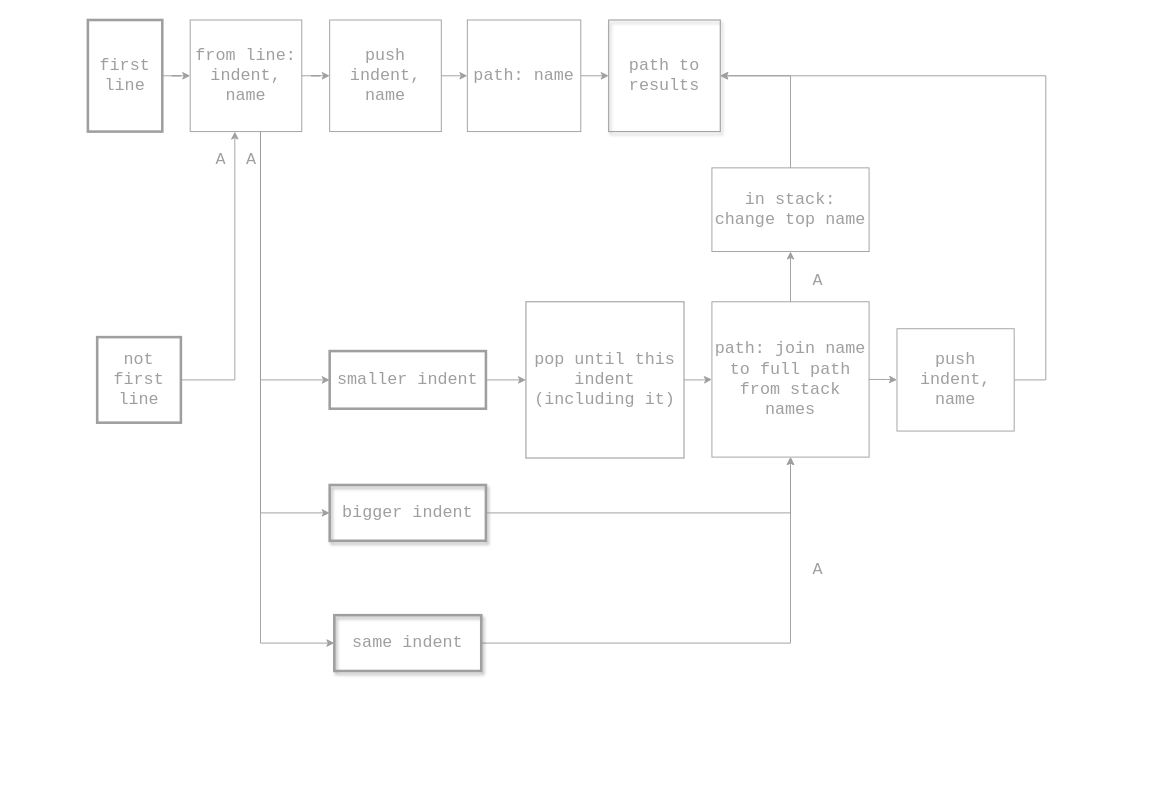
Before: page "On lines" (1 of 2) of _SRC/assets/drawio/Algo1.drawio in disco85/myblog, a draw.io diagram. Source tidied: cells renumbered, new cells numbered last; positions are measured from the earlier drawing's top-left corner, leaving out a move shared by most shapes. Both pictures are drawn from the tidied source at 93%, with x=0, y=0 at pixel (87, 20).
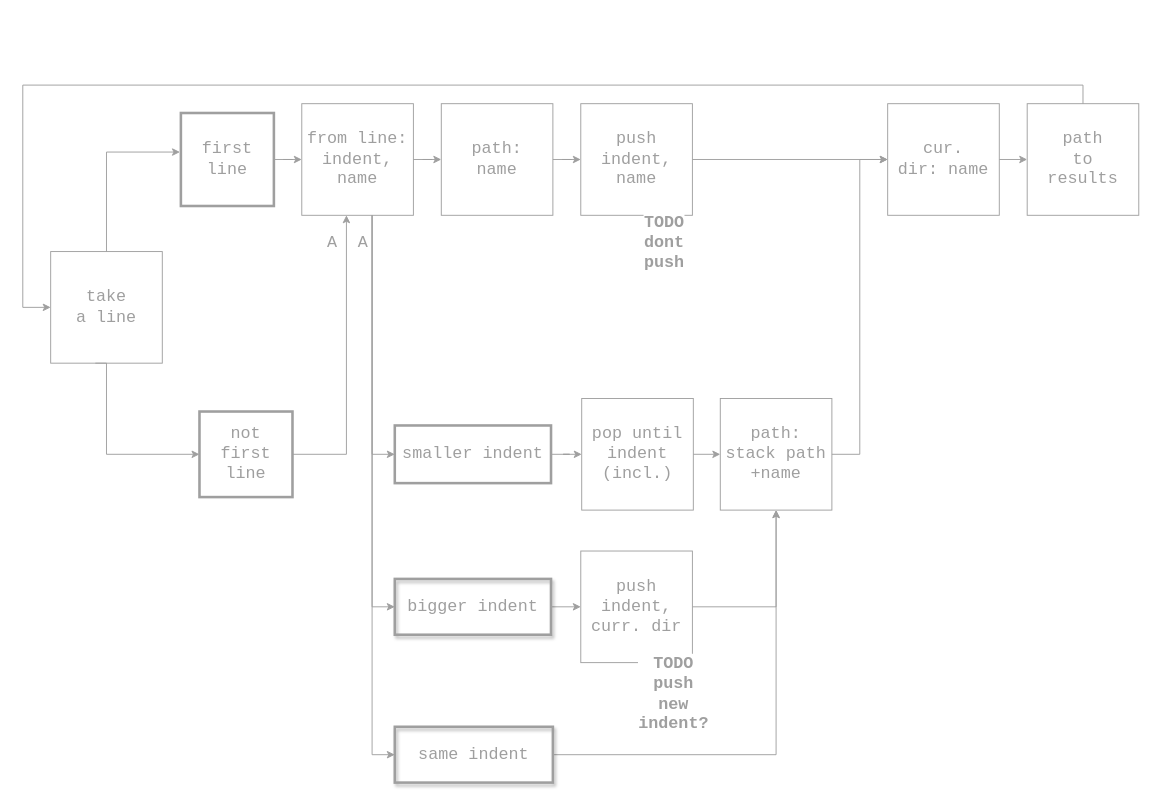
Above is the later version.

Diff of the diagram source:
```diff
@@
-    <mxCell id="3" value="first line" style="text;html=1;whiteSpace=wrap;strokeColor=#9F9F9F;fillColor=none;align=center;verticalAlign=middle;rounded=0;fontSize=18;fontColor=#9F9F9F;fontFamily=Monospace;strokeWidth=2.7558999999999996;" parent="1" vertex="1">
-      <mxGeometry width="80" height="120" as="geometry" />
+    <mxCell id="3" value="first&lt;div&gt;line&lt;/div&gt;" style="text;html=1;whiteSpace=wrap;strokeColor=#9F9F9F;fillColor=none;align=center;verticalAlign=middle;rounded=0;fontSize=18;fontColor=#9F9F9F;fontFamily=Monospace;strokeWidth=2.7558999999999996;" parent="1" vertex="1">
+      <mxGeometry x="100" y="100" width="100" height="100" as="geometry" />
     </mxCell>
-    <mxCell id="4" style="edgeStyle=orthogonalEdgeStyle;rounded=0;jettySize=auto;html=1;exitX=1;exitY=0.5;exitDx=0;exitDy=0;strokeColor=#9F9F9F;fontColor=#9F9F9F;fontFamily=Monospace;fontSize=18;" parent="1" edge="1" source="8" target="11">
+    <mxCell id="4" style="edgeStyle=orthogonalEdgeStyle;rounded=0;jettySize=auto;html=1;exitX=1;exitY=0.5;exitDx=0;exitDy=0;strokeColor=#9F9F9F;fontColor=#9F9F9F;fontFamily=Monospace;fontSize=18;" parent="1" edge="1" source="33" target="11">
       <mxGeometry relative="1" as="geometry" />
     </mxCell>
@@
-    <mxCell id="8" value="from line: indent, name" style="text;html=1;whiteSpace=wrap;strokeColor=#9F9F9F;fillColor=none;align=center;verticalAlign=middle;rounded=0;fontSize=18;points=[[0,0,0,0,0],[0,0.25,0,0,0],[0,0.5,0,0,0],[0,0.75,0,0,0],[0,1,0,0,0],[0.25,0,0,0,0],[0.25,1,0,0,0],[0.4,1,0,0,0],[0.5,0,0,0,0],[0.5,1,0,0,0],[0.63,1,0,0,0],[0.75,0,0,0,0],[0.75,1,0,0,0],[1,0,0,0,0],[1,0.25,0,0,0],[1,0.5,0,0,0],[1,0.75,0,0,0],[1,1,0,0,0]];fontColor=#9F9F9F;fontFamily=Monospace;" parent="1" vertex="1">
-      <mxGeometry x="110" width="120" height="120" as="geometry" />
+    <mxCell id="8" value="from line:&lt;div&gt;indent,&lt;/div&gt;&lt;div&gt;name&lt;/div&gt;" style="text;html=1;whiteSpace=wrap;strokeColor=#9F9F9F;fillColor=none;align=center;verticalAlign=middle;rounded=0;fontSize=18;points=[[0,0,0,0,0],[0,0.25,0,0,0],[0,0.5,0,0,0],[0,0.75,0,0,0],[0,1,0,0,0],[0.25,0,0,0,0],[0.25,1,0,0,0],[0.4,1,0,0,0],[0.5,0,0,0,0],[0.5,1,0,0,0],[0.63,1,0,0,0],[0.75,0,0,0,0],[0.75,1,0,0,0],[1,0,0,0,0],[1,0.25,0,0,0],[1,0.5,0,0,0],[1,0.75,0,0,0],[1,1,0,0,0]];fontColor=#9F9F9F;fontFamily=Monospace;" parent="1" vertex="1">
+      <mxGeometry x="230" y="90" width="120" height="120" as="geometry" />
     </mxCell>
-    <mxCell id="9" value="not first line" style="text;html=1;whiteSpace=wrap;strokeColor=#9F9F9F;fillColor=none;align=center;verticalAlign=middle;rounded=0;fontSize=18;fontColor=#9F9F9F;fontFamily=Monospace;strokeWidth=2.7558999999999996;" parent="1" vertex="1">
-      <mxGeometry x="10" y="341" width="90" height="92" as="geometry" />
+    <mxCell id="9" value="not&lt;div&gt;first&lt;/div&gt;&lt;div&gt;line&lt;/div&gt;" style="text;html=1;whiteSpace=wrap;strokeColor=#9F9F9F;fillColor=none;align=center;verticalAlign=middle;rounded=0;fontSize=18;fontColor=#9F9F9F;fontFamily=Monospace;strokeWidth=2.7558999999999996;" parent="1" vertex="1">
+      <mxGeometry x="120" y="421" width="100" height="92" as="geometry" />
     </mxCell>
-    <mxCell id="10" style="edgeStyle=orthogonalEdgeStyle;rounded=0;jettySize=auto;html=1;exitX=1;exitY=0.5;exitDx=0;exitDy=0;entryX=0;entryY=0.5;entryDx=0;entryDy=0;strokeColor=#9F9F9F;fontColor=#9F9F9F;fontFamily=Monospace;fontSize=18;" parent="1" edge="1" source="11" target="33">
+    <mxCell id="10" style="edgeStyle=orthogonalEdgeStyle;rounded=0;jettySize=auto;html=1;exitX=1;exitY=0.5;exitDx=0;exitDy=0;entryX=0;entryY=0.5;entryDx=0;entryDy=0;strokeColor=#9F9F9F;fontColor=#9F9F9F;fontFamily=Monospace;fontSize=18;" parent="1" edge="1" source="11" target="39">
       <mxGeometry relative="1" as="geometry" />
     </mxCell>
-    <mxCell id="11" value="push indent, name" style="text;html=1;whiteSpace=wrap;strokeColor=#9F9F9F;fillColor=none;align=center;verticalAlign=middle;rounded=0;fontSize=18;fontColor=#9F9F9F;fontFamily=Monospace;" parent="1" vertex="1">
-      <mxGeometry x="260" width="120" height="120" as="geometry" />
+    <mxCell id="11" value="push indent,&lt;div&gt;name&lt;/div&gt;" style="text;html=1;whiteSpace=wrap;strokeColor=#9F9F9F;fillColor=none;align=center;verticalAlign=middle;rounded=0;fontSize=18;fontColor=#9F9F9F;fontFamily=Monospace;" parent="1" vertex="1">
+      <mxGeometry x="530" y="90" width="120" height="120" as="geometry" />
     </mxCell>
-    <mxCell id="12" style="edgeStyle=orthogonalEdgeStyle;rounded=0;jettySize=auto;html=1;exitX=1;exitY=0.5;exitDx=0;exitDy=0;entryX=0;entryY=0.5;entryDx=0;entryDy=0;strokeColor=#9F9F9F;fontColor=#9F9F9F;fontFamily=Monospace;fontSize=18;" parent="1" edge="1" source="13" target="18">
-      <mxGeometry relative="1" as="geometry" />
-    </mxCell>
+    <mxCell id="35" style="edgeStyle=orthogonalEdgeStyle;shape=connector;rounded=0;jettySize=auto;html=1;exitX=1;exitY=0.5;exitDx=0;exitDy=0;strokeColor=#9F9F9F;align=center;verticalAlign=middle;fontFamily=Monospace;fontSize=18;fontColor=#9F9F9F;labelBackgroundColor=default;endArrow=classic;" parent="1" edge="1" source="13" target="50">
+      <mxGeometry relative="1" as="geometry" />
+    </mxCell>
     <mxCell id="13" value="smaller indent" style="text;html=1;whiteSpace=wrap;strokeColor=#9F9F9F;fillColor=none;align=center;verticalAlign=middle;rounded=0;fontSize=18;arcSize=30;shadow=0;fontColor=#9F9F9F;fontFamily=Monospace;strokeWidth=2.7558999999999996;" parent="1" vertex="1">
-      <mxGeometry x="260" y="356" width="168" height="62" as="geometry" />
+      <mxGeometry x="330" y="436" width="168" height="62" as="geometry" />
     </mxCell>
+    <mxCell id="36" style="edgeStyle=orthogonalEdgeStyle;shape=connector;rounded=0;jettySize=auto;html=1;exitX=1;exitY=0.5;exitDx=0;exitDy=0;entryX=0;entryY=0.5;entryDx=0;entryDy=0;strokeColor=#9F9F9F;align=center;verticalAlign=middle;fontFamily=Monospace;fontSize=18;fontColor=#9F9F9F;labelBackgroundColor=default;endArrow=classic;" parent="1" edge="1" source="14" target="48">
+      <mxGeometry relative="1" as="geometry" />
+    </mxCell>
     <mxCell id="14" value="bigger indent" style="text;html=1;whiteSpace=wrap;strokeColor=#9F9F9F;fillColor=none;align=center;verticalAlign=middle;rounded=0;fontSize=18;glass=0;shadow=1;arcSize=27;fontColor=#9F9F9F;fontFamily=Monospace;strokeWidth=2.7558999999999996;" parent="1" vertex="1">
-      <mxGeometry x="260" y="500" width="168" height="60" as="geometry" />
+      <mxGeometry x="330" y="601" width="168" height="60" as="geometry" />
     </mxCell>
-    <mxCell id="15" style="edgeStyle=orthogonalEdgeStyle;rounded=0;jettySize=auto;html=1;exitX=1;exitY=0.5;exitDx=0;exitDy=0;entryX=0.5;entryY=1;entryDx=0;entryDy=0;strokeColor=#9F9F9F;fontColor=#9F9F9F;fontFamily=Monospace;fontSize=18;" parent="1" edge="1" source="16" target="20">
-      <mxGeometry relative="1" as="geometry" />
-    </mxCell>
+    <mxCell id="37" style="edgeStyle=orthogonalEdgeStyle;shape=connector;rounded=0;jettySize=auto;html=1;exitX=1;exitY=0.5;exitDx=0;exitDy=0;entryX=0.5;entryY=1;entryDx=0;entryDy=0;strokeColor=#9F9F9F;align=center;verticalAlign=middle;fontFamily=Monospace;fontSize=18;fontColor=#9F9F9F;labelBackgroundColor=default;endArrow=classic;" parent="1" edge="1" source="16" target="46">
+      <mxGeometry relative="1" as="geometry" />
+    </mxCell>
     <mxCell id="16" value="same indent" style="text;html=1;whiteSpace=wrap;strokeColor=#9F9F9F;fillColor=none;align=center;verticalAlign=middle;rounded=0;fontSize=18;shadow=1;arcSize=40;fontColor=#9F9F9F;fontFamily=Monospace;strokeWidth=2.7558999999999996;" parent="1" vertex="1">
-      <mxGeometry x="265" y="640" width="158" height="60" as="geometry" />
+      <mxGeometry x="330" y="760" width="170" height="60" as="geometry" />
     </mxCell>
-    <mxCell id="17" style="edgeStyle=orthogonalEdgeStyle;rounded=0;jettySize=auto;html=1;exitX=1;exitY=0.5;exitDx=0;exitDy=0;strokeColor=#9F9F9F;fontColor=#9F9F9F;fontFamily=Monospace;fontSize=18;" parent="1" edge="1" source="18" target="20">
-      <mxGeometry relative="1" as="geometry" />
-    </mxCell>
-    <mxCell id="18" value="pop until this indent (including it)" style="text;html=1;whiteSpace=wrap;strokeColor=#9F9F9F;fillColor=none;align=center;verticalAlign=middle;rounded=0;fontSize=18;strokeWidth=1.1810999999999998;fontColor=#9F9F9F;fontFamily=Monospace;" parent="1" vertex="1">
-      <mxGeometry x="471" y="303" width="170" height="168" as="geometry" />
-    </mxCell>
-    <mxCell id="19" style="edgeStyle=orthogonalEdgeStyle;rounded=0;jettySize=auto;html=1;exitX=0.5;exitY=0;exitDx=0;exitDy=0;entryX=0.5;entryY=1;entryDx=0;entryDy=0;strokeColor=#9F9F9F;align=center;verticalAlign=middle;fontFamily=Monospace;fontSize=18;fontColor=#9F9F9F;labelBackgroundColor=default;endArrow=classic;" parent="1" edge="1" source="20" target="31">
-      <mxGeometry relative="1" as="geometry" />
-    </mxCell>
-    <mxCell id="20" value="path: join name to full path from stack names" style="text;html=1;whiteSpace=wrap;strokeColor=#9F9F9F;fillColor=none;align=center;verticalAlign=middle;rounded=0;fontSize=18;fontColor=#9F9F9F;fontFamily=Monospace;" parent="1" vertex="1">
-      <mxGeometry x="671" y="303" width="169" height="167" as="geometry" />
-    </mxCell>
-    <mxCell id="21" style="edgeStyle=orthogonalEdgeStyle;rounded=0;jettySize=auto;html=1;exitX=1;exitY=0.5;exitDx=0;exitDy=0;entryX=1;entryY=0.5;entryDx=0;entryDy=0;strokeColor=#9F9F9F;fontColor=#9F9F9F;fontFamily=Monospace;fontSize=18;" parent="1" edge="1" source="22" target="24">
-      <mxGeometry relative="1" as="geometry">
-        <Array as="points">
-          <mxPoint x="1030" y="387" />
-          <mxPoint x="1030" y="60" />
-        </Array>
-      </mxGeometry>
-    </mxCell>
-    <mxCell id="22" value="push indent, name" style="text;html=1;whiteSpace=wrap;strokeColor=#9F9F9F;fillColor=none;align=center;verticalAlign=middle;rounded=0;fontSize=18;fontColor=#9F9F9F;fontFamily=Monospace;" parent="1" vertex="1">
-      <mxGeometry x="870" y="332" width="126" height="110" as="geometry" />
-    </mxCell>
-    <mxCell id="23" style="edgeStyle=orthogonalEdgeStyle;rounded=0;jettySize=auto;html=1;exitX=1;exitY=0.5;exitDx=0;exitDy=0;strokeColor=#9F9F9F;fontColor=#9F9F9F;fontFamily=Monospace;fontSize=18;" parent="1" edge="1" source="20" target="22">
-      <mxGeometry relative="1" as="geometry" />
-    </mxCell>
-    <mxCell id="24" value="path to results" style="text;html=1;whiteSpace=wrap;strokeColor=#9F9F9F;fillColor=none;align=center;verticalAlign=middle;rounded=0;fontSize=18;strokeWidth=1.1810999999999998;shadow=1;fontColor=#9F9F9F;fontFamily=Monospace;" parent="1" vertex="1">
-      <mxGeometry x="560" width="120" height="120" as="geometry" />
-    </mxCell>
-    <mxCell id="25" style="edgeStyle=orthogonalEdgeStyle;rounded=0;jettySize=auto;html=1;exitX=1;exitY=0.5;exitDx=0;exitDy=0;entryX=0.5;entryY=1;entryDx=0;entryDy=0;strokeColor=#9F9F9F;fontColor=#9F9F9F;fontFamily=Monospace;fontSize=18;" parent="1" edge="1" source="14" target="20">
-      <mxGeometry relative="1" as="geometry" />
-    </mxCell>
     <mxCell id="26" value="А" style="text;html=1;whiteSpace=wrap;strokeColor=none;fillColor=none;align=center;verticalAlign=middle;rounded=0;fontSize=18;fontColor=#9F9F9F;fontFamily=Monospace;" parent="1" vertex="1">
-      <mxGeometry x="128" y="140" width="30" height="19" as="geometry" />
+      <mxGeometry x="248" y="230" width="30" height="19" as="geometry" />
     </mxCell>
     <mxCell id="27" value="А" style="text;html=1;whiteSpace=wrap;strokeColor=none;fillColor=none;align=center;verticalAlign=middle;rounded=0;fontSize=18;fontColor=#9F9F9F;fontFamily=Monospace;" parent="1" vertex="1">
-      <mxGeometry x="161" y="140" width="30" height="19" as="geometry" />
+      <mxGeometry x="281" y="230" width="30" height="19" as="geometry" />
     </mxCell>
-    <mxCell id="28" value="А" style="text;html=1;whiteSpace=wrap;strokeColor=none;fillColor=none;align=center;verticalAlign=middle;rounded=0;fontSize=18;fontColor=#9F9F9F;fontFamily=Monospace;" parent="1" vertex="1">
-      <mxGeometry x="770" y="581" width="30" height="19" as="geometry" />
-    </mxCell>
-    <mxCell id="29" value="А" style="text;html=1;whiteSpace=wrap;strokeColor=none;fillColor=none;align=center;verticalAlign=middle;rounded=0;fontSize=18;fontColor=#9F9F9F;fontFamily=Monospace;" parent="1" vertex="1">
-      <mxGeometry x="770" y="270" width="30" height="19" as="geometry" />
-    </mxCell>
-    <mxCell id="30" style="edgeStyle=orthogonalEdgeStyle;rounded=0;jettySize=auto;html=1;exitX=0.5;exitY=0;exitDx=0;exitDy=0;entryX=1;entryY=0.5;entryDx=0;entryDy=0;strokeColor=#9F9F9F;fontColor=#9F9F9F;fontFamily=Monospace;fontSize=18;" parent="1" edge="1" source="31" target="24">
-      <mxGeometry relative="1" as="geometry" />
-    </mxCell>
-    <mxCell id="31" value="in stack: change top name" style="text;html=1;whiteSpace=wrap;strokeColor=#9F9F9F;fillColor=none;align=center;verticalAlign=middle;rounded=0;fontSize=18;fontColor=#9F9F9F;fontFamily=Monospace;" parent="1" vertex="1">
-      <mxGeometry x="671" y="159" width="169" height="90" as="geometry" />
-    </mxCell>
-    <mxCell id="32" style="edgeStyle=orthogonalEdgeStyle;rounded=0;jettySize=auto;html=1;exitX=1;exitY=0.5;exitDx=0;exitDy=0;entryX=0;entryY=0.5;entryDx=0;entryDy=0;strokeColor=#9F9F9F;fontColor=#9F9F9F;fontFamily=Monospace;fontSize=18;" parent="1" edge="1" source="33" target="24">
-      <mxGeometry relative="1" as="geometry" />
-    </mxCell>
+    <mxCell id="34" style="edgeStyle=orthogonalEdgeStyle;rounded=0;jettySize=auto;html=1;exitX=1;exitY=0.5;exitDx=0;exitDy=0;entryX=0.4;entryY=1;entryDx=0;entryDy=0;entryPerimeter=0;strokeColor=#9F9F9F;fontColor=#9F9F9F;fontFamily=Monospace;fontSize=18;" parent="1" edge="1" source="9" target="8">
+      <mxGeometry relative="1" as="geometry" />
+    </mxCell>
+    <mxCell id="38" style="edgeStyle=orthogonalEdgeStyle;shape=connector;rounded=0;jettySize=auto;html=1;exitX=1;exitY=0.5;exitDx=0;exitDy=0;entryX=0;entryY=0.5;entryDx=0;entryDy=0;strokeColor=#9F9F9F;align=center;verticalAlign=middle;fontFamily=Monospace;fontSize=18;fontColor=#9F9F9F;labelBackgroundColor=default;endArrow=classic;" parent="1" edge="1" source="39" target="24">
+      <mxGeometry relative="1" as="geometry" />
+    </mxCell>
+    <mxCell id="39" value="cur.&lt;div&gt;dir: name&lt;/div&gt;" style="text;html=1;whiteSpace=wrap;strokeColor=#9F9F9F;fillColor=none;align=center;verticalAlign=middle;rounded=0;fontSize=18;fontColor=#9F9F9F;fontFamily=Monospace;" parent="1" vertex="1">
+      <mxGeometry x="860" y="90" width="120" height="120" as="geometry" />
+    </mxCell>
+    <mxCell id="24" value="path&lt;div&gt;to&lt;/div&gt;&lt;div&gt;results&lt;/div&gt;" style="text;html=1;whiteSpace=wrap;strokeColor=#9F9F9F;fillColor=none;align=center;verticalAlign=middle;rounded=0;fontSize=18;fontColor=#9F9F9F;fontFamily=Monospace;" parent="1" vertex="1">
+      <mxGeometry x="1010" y="90" width="120" height="120" as="geometry" />
+    </mxCell>
+    <mxCell id="40" style="edgeStyle=orthogonalEdgeStyle;shape=connector;rounded=0;jettySize=auto;html=1;exitX=0.4;exitY=1;exitDx=0;exitDy=0;exitPerimeter=0;entryX=0;entryY=0.5;entryDx=0;entryDy=0;strokeColor=#9F9F9F;align=center;verticalAlign=middle;fontFamily=Monospace;fontSize=18;fontColor=#9F9F9F;labelBackgroundColor=default;endArrow=classic;" parent="1" edge="1" source="41" target="9">
+      <mxGeometry relative="1" as="geometry">
+        <Array as="points">
+          <mxPoint x="20" y="369" />
+          <mxPoint x="20" y="467" />
+        </Array>
+      </mxGeometry>
+    </mxCell>
+    <mxCell id="41" value="take&lt;div&gt;a line&lt;/div&gt;" style="text;html=1;whiteSpace=wrap;strokeColor=#9F9F9F;fillColor=none;align=center;verticalAlign=middle;rounded=0;fontSize=18;points=[[0,0,0,0,0],[0,0.25,0,0,0],[0,0.5,0,0,0],[0,0.75,0,0,0],[0,1,0,0,0],[0.25,0,0,0,0],[0.25,1,0,0,0],[0.4,1,0,0,0],[0.5,0,0,0,0],[0.5,1,0,0,0],[0.63,1,0,0,0],[0.75,0,0,0,0],[0.75,1,0,0,0],[1,0,0,0,0],[1,0.25,0,0,0],[1,0.5,0,0,0],[1,0.75,0,0,0],[1,1,0,0,0]];fontColor=#9F9F9F;fontFamily=Monospace;" parent="1" vertex="1">
+      <mxGeometry x="-40" y="249" width="120" height="120" as="geometry" />
+    </mxCell>
+    <mxCell id="42" style="edgeStyle=orthogonalEdgeStyle;shape=connector;rounded=0;jettySize=auto;html=1;exitX=0.5;exitY=0;exitDx=0;exitDy=0;exitPerimeter=0;entryX=-0.01;entryY=0.42;entryDx=0;entryDy=0;entryPerimeter=0;strokeColor=#9F9F9F;align=center;verticalAlign=middle;fontFamily=Monospace;fontSize=18;fontColor=#9F9F9F;labelBackgroundColor=default;endArrow=classic;" parent="1" edge="1" source="41" target="3">
+      <mxGeometry relative="1" as="geometry" />
+    </mxCell>
+    <mxCell id="43" style="edgeStyle=orthogonalEdgeStyle;shape=connector;rounded=0;jettySize=auto;html=1;exitX=0.5;exitY=0;exitDx=0;exitDy=0;entryX=0;entryY=0.5;entryDx=0;entryDy=0;entryPerimeter=0;strokeColor=#9F9F9F;align=center;verticalAlign=middle;fontFamily=Monospace;fontSize=18;fontColor=#9F9F9F;labelBackgroundColor=default;endArrow=classic;" parent="1" edge="1" source="24" target="41">
+      <mxGeometry relative="1" as="geometry">
+        <Array as="points">
+          <mxPoint x="1070" y="70" />
+          <mxPoint x="-70" y="70" />
+          <mxPoint x="-70" y="309" />
+        </Array>
+      </mxGeometry>
+    </mxCell>
+    <mxCell id="44" style="edgeStyle=orthogonalEdgeStyle;rounded=0;jettySize=auto;html=1;exitX=1;exitY=0.5;exitDx=0;exitDy=0;strokeColor=#9F9F9F;fontColor=#9F9F9F;fontFamily=Monospace;fontSize=18;" parent="1" edge="1" source="8" target="33">
+      <mxGeometry relative="1" as="geometry" />
+    </mxCell>
-    <mxCell id="33" value="path: name" style="text;html=1;whiteSpace=wrap;strokeColor=#9F9F9F;fillColor=none;align=center;verticalAlign=middle;rounded=0;fontSize=18;fontColor=#9F9F9F;fontFamily=Monospace;" parent="1" vertex="1">
-      <mxGeometry x="408" width="122" height="120" as="geometry" />
+    <mxCell id="33" value="path:&lt;div&gt;name&lt;/div&gt;" style="text;html=1;whiteSpace=wrap;strokeColor=#9F9F9F;fillColor=none;align=center;verticalAlign=middle;rounded=0;fontSize=18;fontColor=#9F9F9F;fontFamily=Monospace;" parent="1" vertex="1">
+      <mxGeometry x="380" y="90" width="120" height="120" as="geometry" />
     </mxCell>
-    <mxCell id="34" style="edgeStyle=orthogonalEdgeStyle;rounded=0;jettySize=auto;html=1;exitX=1;exitY=0.5;exitDx=0;exitDy=0;entryX=0.4;entryY=1;entryDx=0;entryDy=0;entryPerimeter=0;strokeColor=#9F9F9F;fontColor=#9F9F9F;fontFamily=Monospace;fontSize=18;" parent="1" edge="1" source="9" target="8">
-      <mxGeometry relative="1" as="geometry" />
-    </mxCell>
+    <mxCell id="45" style="edgeStyle=orthogonalEdgeStyle;shape=connector;rounded=0;jettySize=auto;html=1;exitX=1;exitY=0.5;exitDx=0;exitDy=0;entryX=0;entryY=0.5;entryDx=0;entryDy=0;strokeColor=#9F9F9F;align=center;verticalAlign=middle;fontFamily=Monospace;fontSize=18;fontColor=#9F9F9F;labelBackgroundColor=default;endArrow=classic;" parent="1" edge="1" source="46" target="39">
+      <mxGeometry relative="1" as="geometry">
+        <Array as="points">
+          <mxPoint x="830" y="467" />
+          <mxPoint x="830" y="150" />
+        </Array>
+      </mxGeometry>
+    </mxCell>
+    <mxCell id="46" value="path:&lt;div&gt;stack path&lt;/div&gt;&lt;div&gt;+name&lt;/div&gt;" style="text;html=1;whiteSpace=wrap;strokeColor=#9F9F9F;fillColor=none;align=center;verticalAlign=middle;rounded=0;fontSize=18;fontColor=#9F9F9F;fontFamily=Monospace;" parent="1" vertex="1">
+      <mxGeometry x="680" y="407" width="120" height="120" as="geometry" />
+    </mxCell>
+    <mxCell id="47" style="edgeStyle=orthogonalEdgeStyle;shape=connector;rounded=0;jettySize=auto;html=1;exitX=1;exitY=0.5;exitDx=0;exitDy=0;entryX=0.5;entryY=1;entryDx=0;entryDy=0;strokeColor=#9F9F9F;align=center;verticalAlign=middle;fontFamily=Monospace;fontSize=18;fontColor=#9F9F9F;labelBackgroundColor=default;endArrow=classic;" parent="1" edge="1" source="48" target="46">
+      <mxGeometry relative="1" as="geometry" />
+    </mxCell>
+    <mxCell id="48" value="push&lt;div&gt;indent,&lt;/div&gt;&lt;div&gt;curr. dir&lt;/div&gt;" style="text;html=1;whiteSpace=wrap;strokeColor=#9F9F9F;fillColor=none;align=center;verticalAlign=middle;rounded=0;fontSize=18;fontColor=#9F9F9F;fontFamily=Monospace;" parent="1" vertex="1">
+      <mxGeometry x="530" y="571" width="120" height="120" as="geometry" />
+    </mxCell>
+    <mxCell id="49" style="edgeStyle=orthogonalEdgeStyle;shape=connector;rounded=0;jettySize=auto;html=1;exitX=1;exitY=0.5;exitDx=0;exitDy=0;entryX=0;entryY=0.5;entryDx=0;entryDy=0;strokeColor=#9F9F9F;align=center;verticalAlign=middle;fontFamily=Monospace;fontSize=18;fontColor=#9F9F9F;labelBackgroundColor=default;endArrow=classic;" parent="1" edge="1" source="50" target="46">
+      <mxGeometry relative="1" as="geometry" />
+    </mxCell>
+    <mxCell id="50" value="pop until&lt;div&gt;indent&lt;/div&gt;&lt;div&gt;(incl.)&lt;/div&gt;" style="text;html=1;whiteSpace=wrap;strokeColor=#9F9F9F;fillColor=none;align=center;verticalAlign=middle;rounded=0;fontSize=18;fontColor=#9F9F9F;fontFamily=Monospace;" parent="1" vertex="1">
+      <mxGeometry x="531" y="407" width="120" height="120" as="geometry" />
+    </mxCell>
+    <mxCell id="51" value="&lt;b&gt;TODO push new indent?&lt;/b&gt;" style="text;html=1;whiteSpace=wrap;strokeColor=none;fillColor=none;align=center;verticalAlign=middle;rounded=0;fontFamily=Monospace;fontSize=18;fontColor=#9F9F9F;labelBackgroundColor=default;" parent="1" vertex="1">
+      <mxGeometry x="600" y="710" width="60" height="30" as="geometry" />
+    </mxCell>
+    <mxCell id="52" value="&lt;b&gt;TODO&lt;/b&gt;&lt;div&gt;&lt;b&gt;dont&lt;/b&gt;&lt;/div&gt;&lt;div&gt;&lt;b&gt;push&lt;/b&gt;&lt;/div&gt;" style="text;html=1;whiteSpace=wrap;strokeColor=none;fillColor=none;align=center;verticalAlign=middle;rounded=0;fontFamily=Monospace;fontSize=18;fontColor=#9F9F9F;labelBackgroundColor=default;" parent="1" vertex="1">
+      <mxGeometry x="590" y="224.5" width="60" height="30" as="geometry" />
+    </mxCell>
```
